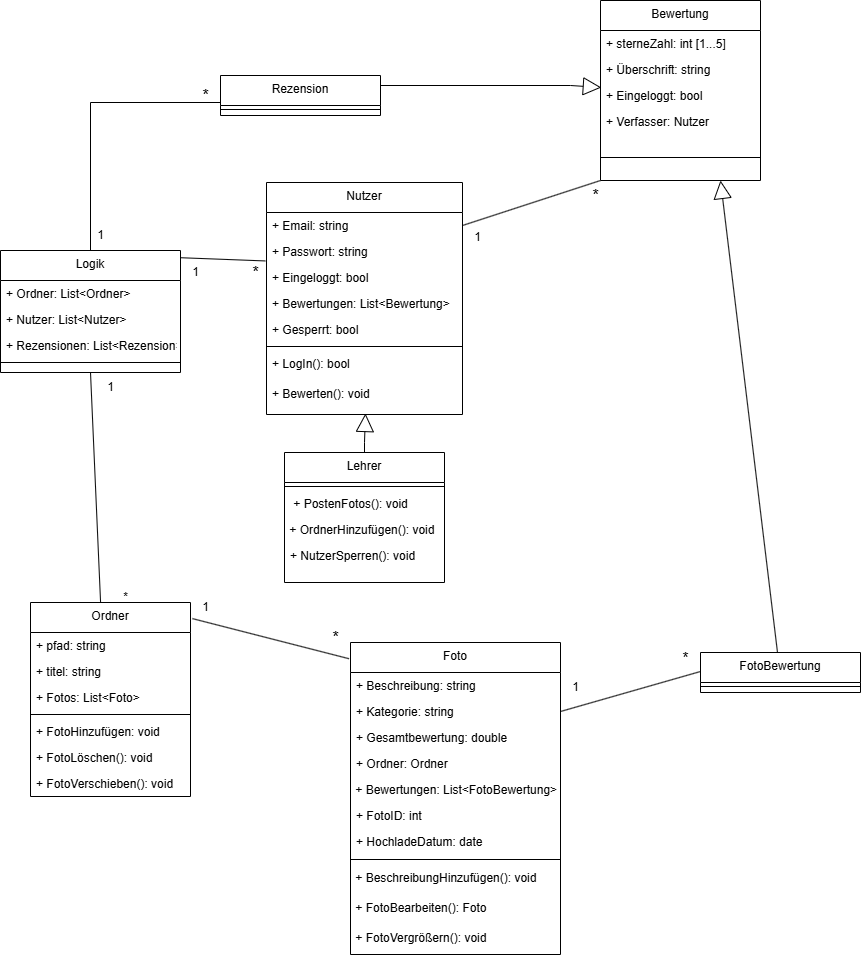
This is Planung/klassendiagramm.drawio.png from andraDumitrascu/SammelPlattform, a draw.io export, as it was before one commit. Source tidied: cells renumbered, new cells last; positions are measured from the earlier drawing's top-left corner, leaving out a move shared by most shapes.
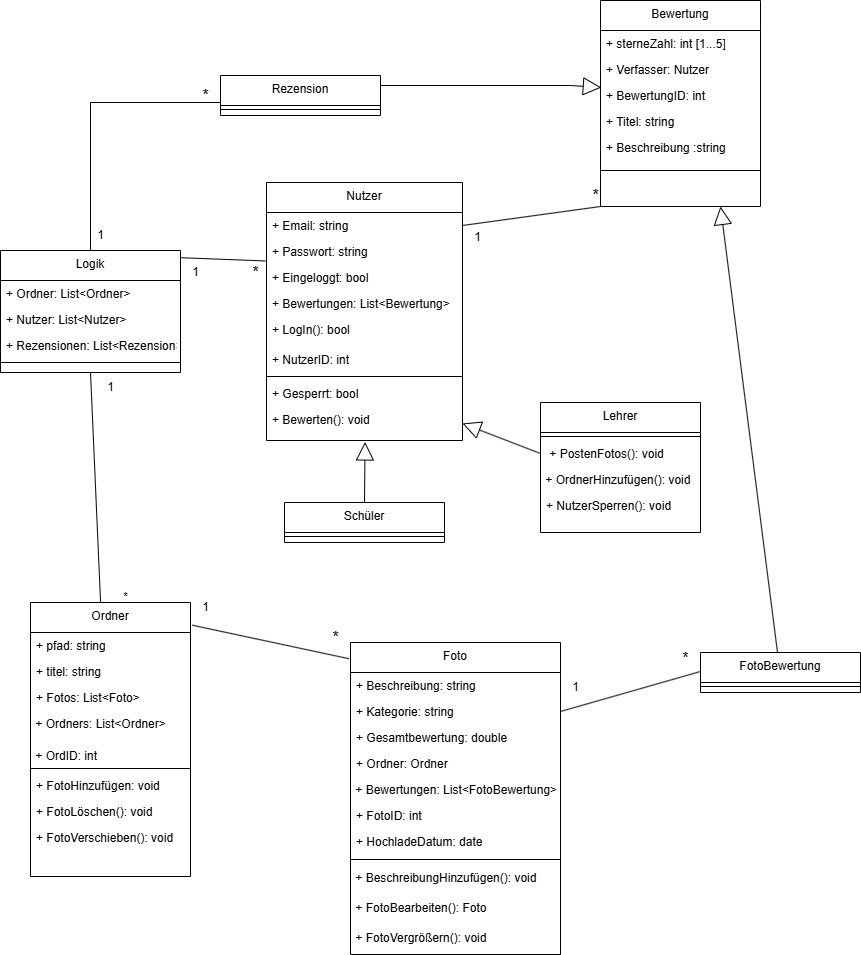
The same diagram one commit later.

Change to the diagram source:
```diff
@@ -45,7 +45,7 @@
       <mxGeometry y="30" width="160" height="8" as="geometry" />
     </mxCell>
     <mxCell id="16" value="Nutzer" style="swimlane;fontStyle=0;align=center;verticalAlign=top;horizontal=1;startSize=30;rounded=0;shadow=0;strokeWidth=1;" parent="1" vertex="1">
-      <mxGeometry x="266" y="182" width="196" height="232" as="geometry" />
+      <mxGeometry x="266" y="182" width="196" height="258" as="geometry" />
     </mxCell>
     <mxCell id="17" value="+ Email: string" style="text;align=left;verticalAlign=top;spacingLeft=4;spacingRight=4;overflow=hidden;points=[[0,0.5],[1,0.5]];portConstraint=eastwest;" parent="16" vertex="1">
       <mxGeometry y="30" width="196" height="26" as="geometry" />
@@ -59,20 +59,23 @@
     <mxCell id="20" value="+ Bewertungen: List&lt;Bewertung&gt;" style="text;align=left;verticalAlign=top;spacingLeft=4;spacingRight=4;overflow=hidden;rounded=0;shadow=0;html=0;" parent="16" vertex="1">
       <mxGeometry y="108" width="196" height="26" as="geometry" />
     </mxCell>
+    <mxCell id="23" value="+ LogIn(): bool&#10;&#10;" style="text;align=left;verticalAlign=top;spacingLeft=4;spacingRight=4;overflow=hidden;rounded=0;shadow=0;html=0;" parent="16" vertex="1">
+      <mxGeometry y="134" width="196" height="30" as="geometry" />
+    </mxCell>
-    <mxCell id="21" value="+ Gesperrt: bool" style="text;align=left;verticalAlign=top;spacingLeft=4;spacingRight=4;overflow=hidden;rounded=0;shadow=0;html=0;" parent="16" vertex="1">
-      <mxGeometry y="134" width="196" height="26" as="geometry" />
+    <mxCell id="21" value="+ NutzerID: int" style="text;align=left;verticalAlign=top;spacingLeft=4;spacingRight=4;overflow=hidden;rounded=0;shadow=0;html=0;" parent="16" vertex="1">
+      <mxGeometry y="164" width="196" height="26" as="geometry" />
     </mxCell>
     <mxCell id="22" style="line;html=1;strokeWidth=1;align=left;verticalAlign=middle;spacingTop=-1;spacingLeft=3;spacingRight=3;labelPosition=right;" parent="16" vertex="1">
-      <mxGeometry y="160" width="196" height="8" as="geometry" />
+      <mxGeometry y="190" width="196" height="8" as="geometry" />
     </mxCell>
-    <mxCell id="23" value="+ LogIn(): bool&#10;&#10;" style="text;align=left;verticalAlign=top;spacingLeft=4;spacingRight=4;overflow=hidden;rounded=0;shadow=0;html=0;" parent="16" vertex="1">
-      <mxGeometry y="168" width="196" height="30" as="geometry" />
-    </mxCell>
+    <mxCell id="72" value="+ Gesperrt: bool" style="text;align=left;verticalAlign=top;spacingLeft=4;spacingRight=4;overflow=hidden;rounded=0;shadow=0;html=0;" parent="16" vertex="1">
+      <mxGeometry y="198" width="196" height="26" as="geometry" />
+    </mxCell>
     <mxCell id="24" value="+ Bewerten(): void" style="text;align=left;verticalAlign=top;spacingLeft=4;spacingRight=4;overflow=hidden;points=[[0,0.5],[1,0.5]];portConstraint=eastwest;rounded=0;shadow=0;html=0;" parent="16" vertex="1">
-      <mxGeometry y="198" width="196" height="34" as="geometry" />
+      <mxGeometry y="224" width="196" height="34" as="geometry" />
     </mxCell>
     <mxCell id="25" value="Lehrer" style="swimlane;fontStyle=0;align=center;verticalAlign=top;horizontal=1;startSize=30;rounded=0;shadow=0;strokeWidth=1;" parent="1" vertex="1">
-      <mxGeometry x="284" y="452" width="160" height="130" as="geometry" />
+      <mxGeometry x="540" y="402" width="160" height="130" as="geometry" />
     </mxCell>
     <mxCell id="26" style="line;html=1;strokeWidth=1;align=left;verticalAlign=middle;spacingTop=-1;spacingLeft=3;spacingRight=3;labelPosition=right;" parent="25" vertex="1">
       <mxGeometry y="30" width="160" height="8" as="geometry" />
@@ -86,13 +89,6 @@
     <mxCell id="29" value="+ NutzerSperren(): void" style="text;align=left;verticalAlign=top;spacingLeft=4;spacingRight=4;overflow=hidden;rounded=0;shadow=0;html=0;" parent="25" vertex="1">
       <mxGeometry y="90" width="160" height="26" as="geometry" />
     </mxCell>
-    <mxCell id="30" style="endArrow=block;endSize=16;endFill=0;html=1;rounded=0;exitX=0.5;exitY=0;exitDx=0;exitDy=0;entryX=0.505;entryY=0.971;entryDx=0;entryDy=0;entryPerimeter=0;" parent="1" edge="1" source="25" target="24">
-      <mxGeometry relative="1" as="geometry">
-        <Array as="points">
-          <mxPoint x="364" y="442" />
-        </Array>
-      </mxGeometry>
-    </mxCell>
     <mxCell id="31" style="endArrow=none;html=1;rounded=0;exitX=1;exitY=0.5;exitDx=0;exitDy=0;entryX=0;entryY=0.5;entryDx=0;entryDy=0;" parent="1" edge="1" source="4">
       <mxGeometry relative="1" as="geometry">
         <mxPoint x="700" y="671" as="targetPoint" />
@@ -138,7 +134,7 @@
       <mxGeometry x="180" y="257" width="30" height="30" as="geometry" />
     </mxCell>
     <mxCell id="45" value="Ordner" style="swimlane;fontStyle=0;align=center;verticalAlign=top;horizontal=1;startSize=30;rounded=0;shadow=0;strokeWidth=1;" parent="1" vertex="1">
-      <mxGeometry x="30" y="602" width="160" height="194" as="geometry" />
+      <mxGeometry x="30" y="602" width="160" height="274" as="geometry" />
     </mxCell>
     <mxCell id="46" value="+ pfad: string " style="text;align=left;verticalAlign=top;spacingLeft=4;spacingRight=4;overflow=hidden;" parent="45" vertex="1">
       <mxGeometry y="30" width="160" height="26" as="geometry" />
@@ -149,17 +145,23 @@
     <mxCell id="48" value="+ Fotos: List&lt;Foto&gt;" style="text;align=left;verticalAlign=top;spacingLeft=4;spacingRight=4;overflow=hidden;rounded=0;shadow=0;html=0;" parent="45" vertex="1">
       <mxGeometry y="82" width="160" height="26" as="geometry" />
     </mxCell>
+    <mxCell id="73" value="&lt;span style=&quot;text-wrap-mode: nowrap;&quot;&gt;&amp;nbsp;+ Ordners: List&amp;lt;Ordner&amp;gt;&lt;/span&gt;" style="text;whiteSpace=wrap;html=1;" parent="45" vertex="1">
+      <mxGeometry y="108" width="160" height="32" as="geometry" />
+    </mxCell>
+    <mxCell id="74" value="&lt;span style=&quot;text-wrap-mode: nowrap;&quot;&gt;&amp;nbsp;+ OrdID: int&lt;/span&gt;" style="text;whiteSpace=wrap;html=1;" parent="45" vertex="1">
+      <mxGeometry y="140" width="160" height="22" as="geometry" />
+    </mxCell>
     <mxCell id="49" style="line;html=1;strokeWidth=1;align=left;verticalAlign=middle;spacingTop=-1;spacingLeft=3;spacingRight=3;labelPosition=right;" parent="45" vertex="1">
-      <mxGeometry y="108" width="160" height="8" as="geometry" />
+      <mxGeometry y="162" width="160" height="8" as="geometry" />
     </mxCell>
     <mxCell id="50" value="+ FotoHinzufügen: void" style="text;align=left;verticalAlign=top;spacingLeft=4;spacingRight=4;overflow=hidden;rounded=0;shadow=0;html=0;" parent="45" vertex="1">
-      <mxGeometry y="116" width="160" height="26" as="geometry" />
+      <mxGeometry y="170" width="160" height="26" as="geometry" />
     </mxCell>
     <mxCell id="51" value="+ FotoLöschen(): void" style="text;align=left;verticalAlign=top;spacingLeft=4;spacingRight=4;overflow=hidden;rounded=0;shadow=0;html=0;" parent="45" vertex="1">
-      <mxGeometry y="142" width="160" height="26" as="geometry" />
+      <mxGeometry y="196" width="160" height="26" as="geometry" />
     </mxCell>
     <mxCell id="52" value="+ FotoVerschieben(): void" style="text;align=left;verticalAlign=top;spacingLeft=4;spacingRight=4;overflow=hidden;rounded=0;shadow=0;html=0;" parent="45" vertex="1">
-      <mxGeometry y="168" width="160" height="26" as="geometry" />
+      <mxGeometry y="222" width="160" height="26" as="geometry" />
     </mxCell>
     <mxCell id="53" style="endArrow=none;html=1;rounded=0;exitX=1.012;exitY=0.083;exitDx=0;exitDy=0;exitPerimeter=0;entryX=-0.007;entryY=0.052;entryDx=0;entryDy=0;entryPerimeter=0;" parent="1" edge="1" source="45" target="2">
       <mxGeometry relative="1" as="geometry" />
@@ -171,22 +173,25 @@
       <mxGeometry x="190" y="592" width="30" height="30" as="geometry" />
     </mxCell>
     <mxCell id="56" value="Bewertung" style="swimlane;fontStyle=0;align=center;verticalAlign=top;horizontal=1;startSize=30;rounded=0;shadow=0;strokeWidth=1;" parent="1" vertex="1">
-      <mxGeometry x="600" width="160" height="180" as="geometry" />
+      <mxGeometry x="600" width="160" height="206" as="geometry" />
     </mxCell>
     <mxCell id="57" value="+ sterneZahl: int [1...5]" style="text;align=left;verticalAlign=top;spacingLeft=4;spacingRight=4;overflow=hidden;" parent="56" vertex="1">
       <mxGeometry y="30" width="160" height="26" as="geometry" />
     </mxCell>
-    <mxCell id="58" value="+ Überschrift: string" style="text;align=left;verticalAlign=top;spacingLeft=4;spacingRight=4;overflow=hidden;rounded=0;shadow=0;html=0;" parent="56" vertex="1">
-      <mxGeometry y="56" width="160" height="26" as="geometry" />
-    </mxCell>
-    <mxCell id="59" value="+ Eingeloggt: bool" style="text;align=left;verticalAlign=top;spacingLeft=4;spacingRight=4;overflow=hidden;points=[[0,0.5],[1,0.5]];portConstraint=eastwest;rounded=0;shadow=0;html=0;" parent="56" vertex="1">
-      <mxGeometry y="82" width="160" height="26" as="geometry" />
-    </mxCell>
     <mxCell id="60" value="+ Verfasser: Nutzer" style="text;align=left;verticalAlign=top;spacingLeft=4;spacingRight=4;overflow=hidden;rounded=0;shadow=0;html=0;" parent="56" vertex="1">
-      <mxGeometry y="108" width="160" height="26" as="geometry" />
+      <mxGeometry y="56" width="160" height="26" as="geometry" />
     </mxCell>
+    <mxCell id="75" value="+ BewertungID: int" style="text;align=left;verticalAlign=top;spacingLeft=4;spacingRight=4;overflow=hidden;rounded=0;shadow=0;html=0;" parent="56" vertex="1">
+      <mxGeometry y="82" width="160" height="26" as="geometry" />
+    </mxCell>
+    <mxCell id="76" value="+ Titel: string" style="text;align=left;verticalAlign=top;spacingLeft=4;spacingRight=4;overflow=hidden;rounded=0;shadow=0;html=0;" parent="56" vertex="1">
+      <mxGeometry y="108" width="160" height="26" as="geometry" />
+    </mxCell>
+    <mxCell id="77" value="+ Beschreibung :string" style="text;align=left;verticalAlign=top;spacingLeft=4;spacingRight=4;overflow=hidden;rounded=0;shadow=0;html=0;" parent="56" vertex="1">
+      <mxGeometry y="134" width="160" height="26" as="geometry" />
+    </mxCell>
     <mxCell id="61" style="line;html=1;strokeWidth=1;align=left;verticalAlign=middle;spacingTop=-1;spacingLeft=3;spacingRight=3;labelPosition=right;" parent="56" vertex="1">
-      <mxGeometry y="134" width="160" height="46" as="geometry" />
+      <mxGeometry y="160" width="160" height="20" as="geometry" />
     </mxCell>
     <mxCell id="62" value="Rezension" style="swimlane;fontStyle=0;align=center;verticalAlign=top;horizontal=1;startSize=30;rounded=0;shadow=0;strokeWidth=1;" parent="1" vertex="1">
       <mxGeometry x="220" y="75" width="160" height="40" as="geometry" />
@@ -194,8 +199,9 @@
     <mxCell id="63" style="line;html=1;strokeWidth=1;align=left;verticalAlign=middle;spacingTop=-1;spacingLeft=3;spacingRight=3;labelPosition=right;" parent="62" vertex="1">
       <mxGeometry y="30" width="160" height="8" as="geometry" />
     </mxCell>
-    <mxCell id="64" style="endArrow=block;endSize=16;endFill=0;html=1;rounded=0;exitX=1;exitY=0.25;exitDx=0;exitDy=0;entryX=0.005;entryY=0.192;entryDx=0;entryDy=0;entryPerimeter=0;" parent="1" edge="1" source="62" target="59">
+    <mxCell id="64" style="endArrow=block;endSize=16;endFill=0;html=1;rounded=0;exitX=1;exitY=0.25;exitDx=0;exitDy=0;entryX=0.005;entryY=0.192;entryDx=0;entryDy=0;entryPerimeter=0;" parent="1" edge="1" source="62">
       <mxGeometry relative="1" as="geometry">
+        <mxPoint x="600.8" y="87" as="targetPoint" />
         <Array as="points">
           <mxPoint x="570" y="85" />
         </Array>
@@ -229,5 +235,17 @@
     <mxCell id="71" value="&lt;font style=&quot;font-size: 16px;&quot;&gt;*&lt;/font&gt;" style="text;html=1;align=center;verticalAlign=middle;strokeColor=none;fillColor=none;" parent="1" vertex="1">
       <mxGeometry x="190" y="80" width="30" height="30" as="geometry" />
     </mxCell>
+    <mxCell id="78" style="endArrow=block;endSize=16;endFill=0;html=1;rounded=0;entryX=1;entryY=0.5;entryDx=0;entryDy=0;exitX=0;exitY=0.5;exitDx=0;exitDy=0;" parent="1" edge="1" source="27" target="24">
+      <mxGeometry relative="1" as="geometry" />
+    </mxCell>
+    <mxCell id="79" value="Schüler" style="swimlane;fontStyle=0;align=center;verticalAlign=top;horizontal=1;startSize=30;rounded=0;shadow=0;strokeWidth=1;" parent="1" vertex="1">
+      <mxGeometry x="284" y="502" width="160" height="40" as="geometry" />
+    </mxCell>
+    <mxCell id="80" style="line;html=1;strokeWidth=1;align=left;verticalAlign=middle;spacingTop=-1;spacingLeft=3;spacingRight=3;labelPosition=right;" parent="79" vertex="1">
+      <mxGeometry y="30" width="160" height="8" as="geometry" />
+    </mxCell>
+    <mxCell id="81" style="endArrow=block;endSize=16;endFill=0;html=1;rounded=0;entryX=0.503;entryY=1.043;entryDx=0;entryDy=0;exitX=0.5;exitY=0;exitDx=0;exitDy=0;entryPerimeter=0;" parent="1" edge="1" source="79" target="24">
+      <mxGeometry relative="1" as="geometry" />
+    </mxCell>
   </root>
 </mxGraphModel>
```
